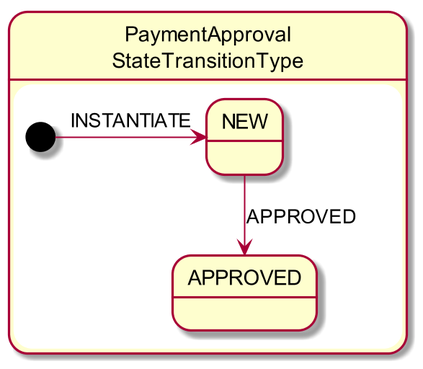
estatio/estatio keeps this PlantUML diagram as adocs/documentation/src/main/asciidoc/payment-approval-state-chart.png. Above is the earlier version.
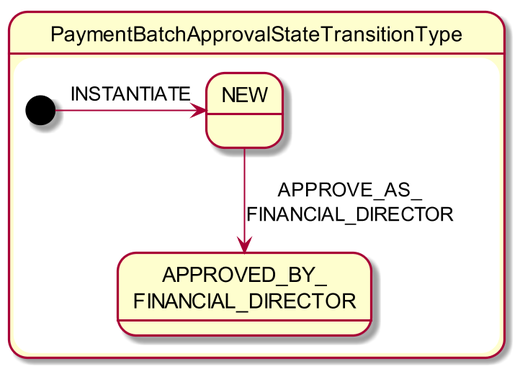
The same file after the commit.

Change to the diagram source:
```diff
@@ -1,13 +1,13 @@
 @startuml
 skinparam dpi 200
 
-state "PaymentApproval\nStateTransitionType" as pa {
+state "PaymentBatchApprovalStateTransitionType" as pa {
 
     state "NEW" as pa_new
-    state "APPROVED" as pa_approved
+    state "APPROVED_BY_\nFINANCIAL_DIRECTOR" as pa_approved
 
     [*] -right-> pa_new: INSTANTIATE
-    pa_new -down-> pa_approved: APPROVED
+    pa_new -down-> pa_approved: APPROVE_AS_\nFINANCIAL_DIRECTOR
 
 }
 @enduml
```
